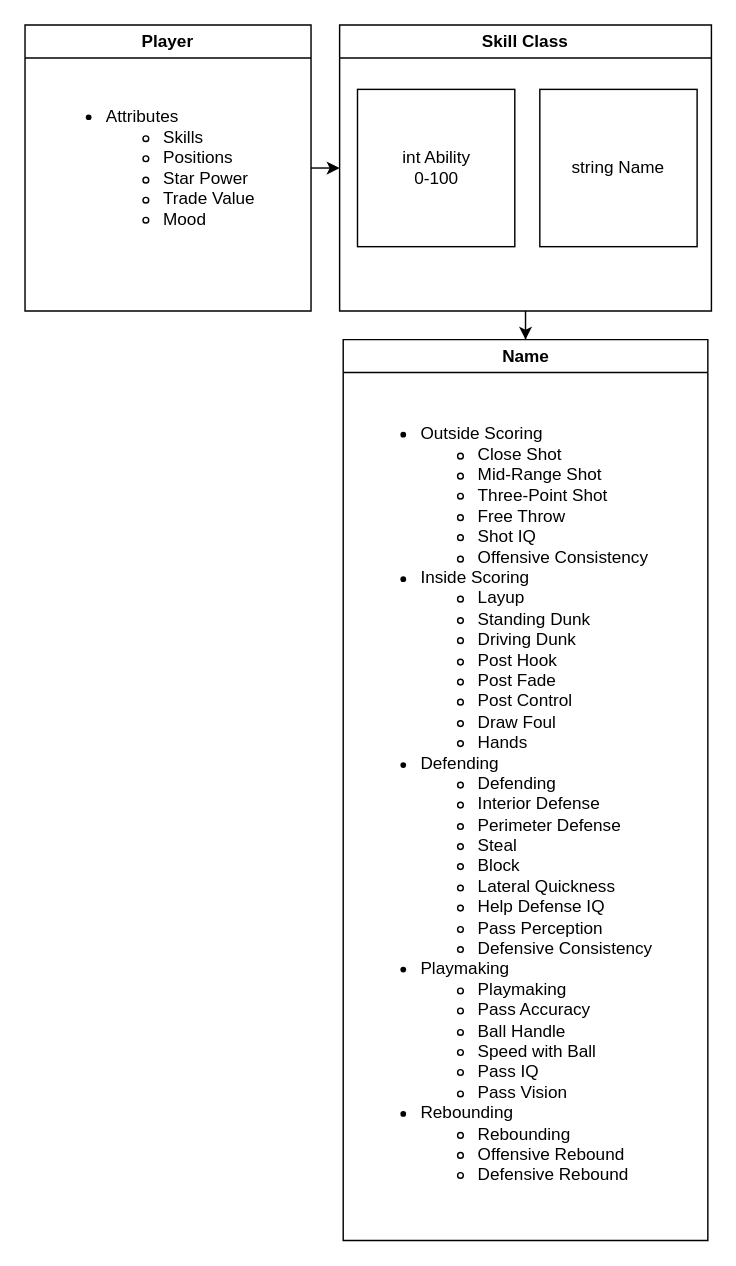
Before: basketball-sim-game.drawio in nosra/basketball-gm-game, a draw.io diagram. Source tidied: cells renumbered, new cells numbered last; positions are measured from the earlier drawing's top-left corner, leaving out a move shared by most shapes. Both pictures are drawn from the tidied source at 143%, with x=0, y=0 at pixel (24, 24).
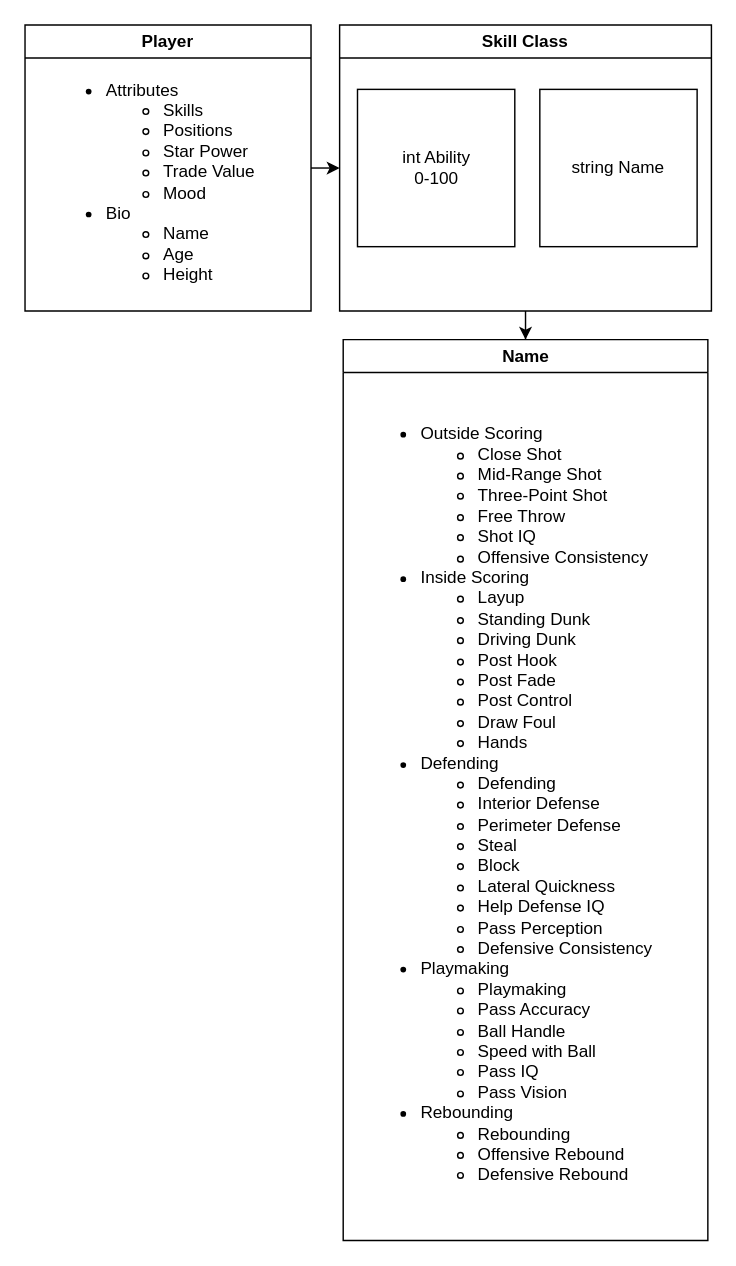
The same page after the edit.

Change to the diagram source:
```diff
@@
 <mxGraphModel>
   <root>
     <mxCell id="0" />
     <mxCell id="1" parent="0" />
     <mxCell id="2" style="edgeStyle=orthogonalEdgeStyle;rounded=0;jettySize=auto;html=1;exitX=1;exitY=0.5;exitDx=0;exitDy=0;" parent="1" edge="1" source="3">
       <mxGeometry relative="1" as="geometry">
         <mxPoint x="220" y="100" as="targetPoint" />
       </mxGeometry>
     </mxCell>
     <mxCell id="3" value="Player" style="swimlane;whiteSpace=wrap;html=1;labelBackgroundColor=none;" parent="1" vertex="1">
       <mxGeometry width="200" height="200" as="geometry" />
     </mxCell>
-    <mxCell id="4" value="&lt;ul style=&quot;&quot;&gt;&lt;li style=&quot;&quot;&gt;&lt;span style=&quot;background-color: initial;&quot;&gt;Attributes&lt;/span&gt;&lt;/li&gt;&lt;ul&gt;&lt;li style=&quot;&quot;&gt;&lt;span style=&quot;background-color: initial;&quot;&gt;Skills&lt;/span&gt;&lt;/li&gt;&lt;li style=&quot;&quot;&gt;Positions&lt;/li&gt;&lt;li style=&quot;&quot;&gt;Star Power&lt;/li&gt;&lt;li style=&quot;&quot;&gt;Trade Value&lt;/li&gt;&lt;li style=&quot;&quot;&gt;Mood&lt;/li&gt;&lt;/ul&gt;&lt;/ul&gt;" style="text;html=1;align=left;verticalAlign=middle;strokeColor=none;fillColor=none;labelBackgroundColor=none;" parent="3" vertex="1">
-      <mxGeometry x="15" y="40" width="170" height="120" as="geometry" />
+    <mxCell id="4" value="&lt;ul style=&quot;&quot;&gt;&lt;li style=&quot;&quot;&gt;&lt;span style=&quot;background-color: initial;&quot;&gt;Attributes&lt;/span&gt;&lt;/li&gt;&lt;ul&gt;&lt;li style=&quot;&quot;&gt;&lt;span style=&quot;background-color: initial;&quot;&gt;Skills&lt;/span&gt;&lt;/li&gt;&lt;li style=&quot;&quot;&gt;Positions&lt;/li&gt;&lt;li style=&quot;&quot;&gt;Star Power&lt;/li&gt;&lt;li style=&quot;&quot;&gt;Trade Value&lt;/li&gt;&lt;li style=&quot;&quot;&gt;Mood&lt;/li&gt;&lt;/ul&gt;&lt;li&gt;Bio&lt;/li&gt;&lt;ul&gt;&lt;li&gt;Name&lt;/li&gt;&lt;li&gt;Age&lt;/li&gt;&lt;li&gt;Height&lt;/li&gt;&lt;/ul&gt;&lt;/ul&gt;" style="text;html=1;align=left;verticalAlign=middle;strokeColor=none;fillColor=none;labelBackgroundColor=none;" parent="3" vertex="1">
+      <mxGeometry x="15" y="20" width="170" height="180" as="geometry" />
     </mxCell>
     <mxCell id="5" value="Name" style="swimlane;whiteSpace=wrap;html=1;labelBackgroundColor=none;" parent="1" vertex="1">
       <mxGeometry x="222.5" y="220" width="255" height="630" as="geometry" />
     </mxCell>
     <mxCell id="6" value="&lt;ul&gt;&lt;li&gt;Outside Scoring&lt;/li&gt;&lt;ul&gt;&lt;li&gt;Close Shot&lt;/li&gt;&lt;li&gt;Mid-Range Shot&lt;/li&gt;&lt;li&gt;Three-Point Shot&lt;/li&gt;&lt;li&gt;Free Throw&lt;/li&gt;&lt;li&gt;Shot IQ&lt;/li&gt;&lt;li&gt;Offensive Consistency&lt;/li&gt;&lt;/ul&gt;&lt;li&gt;Inside Scoring&lt;/li&gt;&lt;ul&gt;&lt;li&gt;Layup&lt;/li&gt;&lt;li&gt;Standing Dunk&lt;/li&gt;&lt;li&gt;Driving Dunk&lt;/li&gt;&lt;li&gt;Post Hook&lt;/li&gt;&lt;li&gt;Post Fade&lt;/li&gt;&lt;li&gt;Post Control&lt;/li&gt;&lt;li&gt;Draw Foul&lt;/li&gt;&lt;li&gt;Hands&lt;/li&gt;&lt;/ul&gt;&lt;li&gt;Defending&lt;/li&gt;&lt;ul&gt;&lt;li&gt;Defending&lt;/li&gt;&lt;li&gt;Interior Defense&lt;/li&gt;&lt;li&gt;Perimeter Defense&lt;/li&gt;&lt;li&gt;Steal&lt;/li&gt;&lt;li&gt;Block&lt;/li&gt;&lt;li&gt;Lateral Quickness&lt;/li&gt;&lt;li&gt;Help Defense IQ&lt;/li&gt;&lt;li&gt;Pass Perception&lt;/li&gt;&lt;li&gt;Defensive Consistency&lt;/li&gt;&lt;/ul&gt;&lt;li&gt;Playmaking&lt;/li&gt;&lt;ul&gt;&lt;li&gt;Playmaking&lt;/li&gt;&lt;li&gt;Pass Accuracy&lt;/li&gt;&lt;li&gt;Ball Handle&lt;/li&gt;&lt;li&gt;Speed with Ball&lt;/li&gt;&lt;li&gt;Pass IQ&lt;/li&gt;&lt;li&gt;Pass Vision&lt;/li&gt;&lt;/ul&gt;&lt;li&gt;Rebounding&lt;/li&gt;&lt;ul&gt;&lt;li&gt;Rebounding&lt;/li&gt;&lt;li&gt;Offensive Rebound&lt;/li&gt;&lt;li&gt;Defensive Rebound&lt;/li&gt;&lt;/ul&gt;&lt;/ul&gt;" style="text;html=1;align=left;verticalAlign=middle;strokeColor=none;fillColor=none;labelBackgroundColor=none;" parent="5" vertex="1">
       <mxGeometry x="12.5" y="40" width="230" height="570" as="geometry" />
     </mxCell>
     <mxCell id="7" style="edgeStyle=orthogonalEdgeStyle;rounded=0;jettySize=auto;html=1;entryX=0.5;entryY=0;entryDx=0;entryDy=0;" parent="1" edge="1" source="8" target="5">
       <mxGeometry relative="1" as="geometry" />
     </mxCell>
     <mxCell id="8" value="Skill Class" style="swimlane;whiteSpace=wrap;html=1;labelBackgroundColor=none;" parent="1" vertex="1">
       <mxGeometry x="220" width="260" height="200" as="geometry" />
     </mxCell>
     <mxCell id="9" value="int Ability&lt;br&gt;0-100" style="whiteSpace=wrap;html=1;align=center;" parent="8" vertex="1">
       <mxGeometry x="12.5" y="45" width="110" height="110" as="geometry" />
     </mxCell>
     <mxCell id="10" value="string Name" style="whiteSpace=wrap;html=1;" parent="8" vertex="1">
       <mxGeometry x="140" y="45" width="110" height="110" as="geometry" />
     </mxCell>
   </root>
 </mxGraphModel>
```
